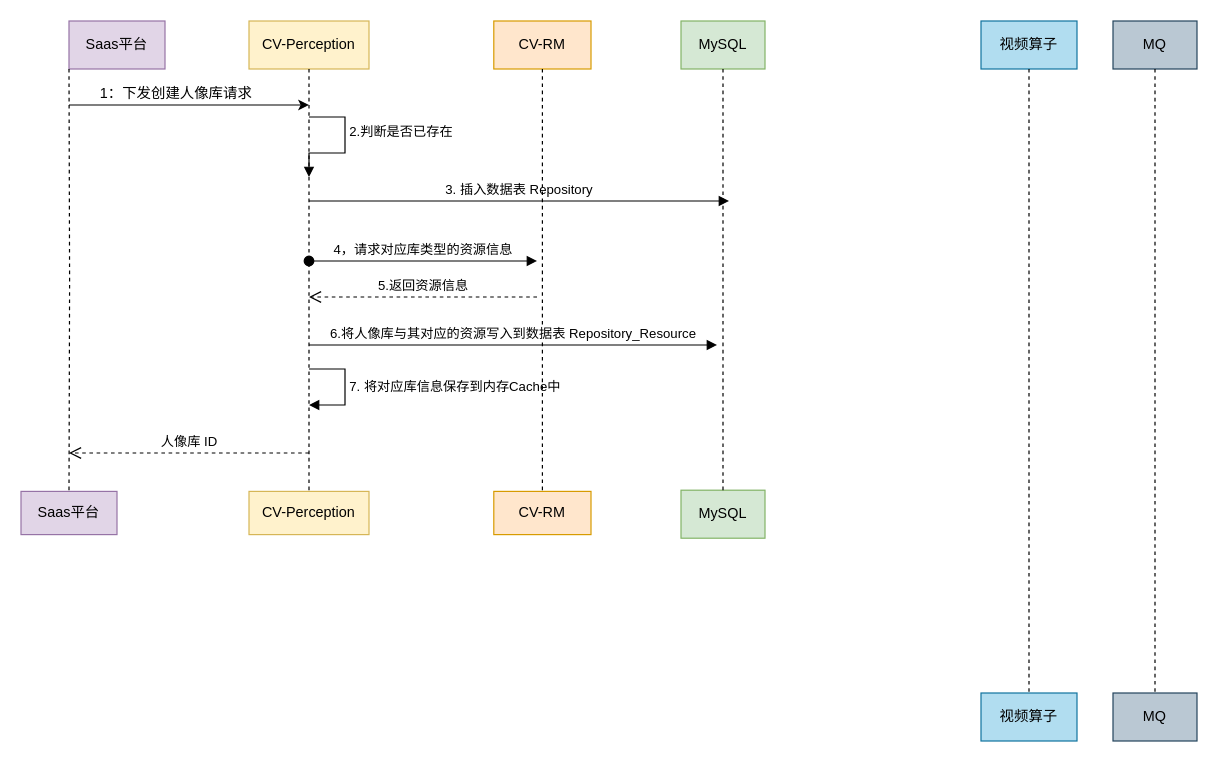
Earlier version of the draw.io diagram 1.库管理/创建人像库-时序图.drawio (hao14293/drawio). Source tidied: cells renumbered, new cells numbered last; positions are measured from the earlier drawing's top-left corner, leaving out a move shared by most shapes. Both pictures are drawn from the tidied source at 120%, with x=0, y=0 at pixel (20, 20).
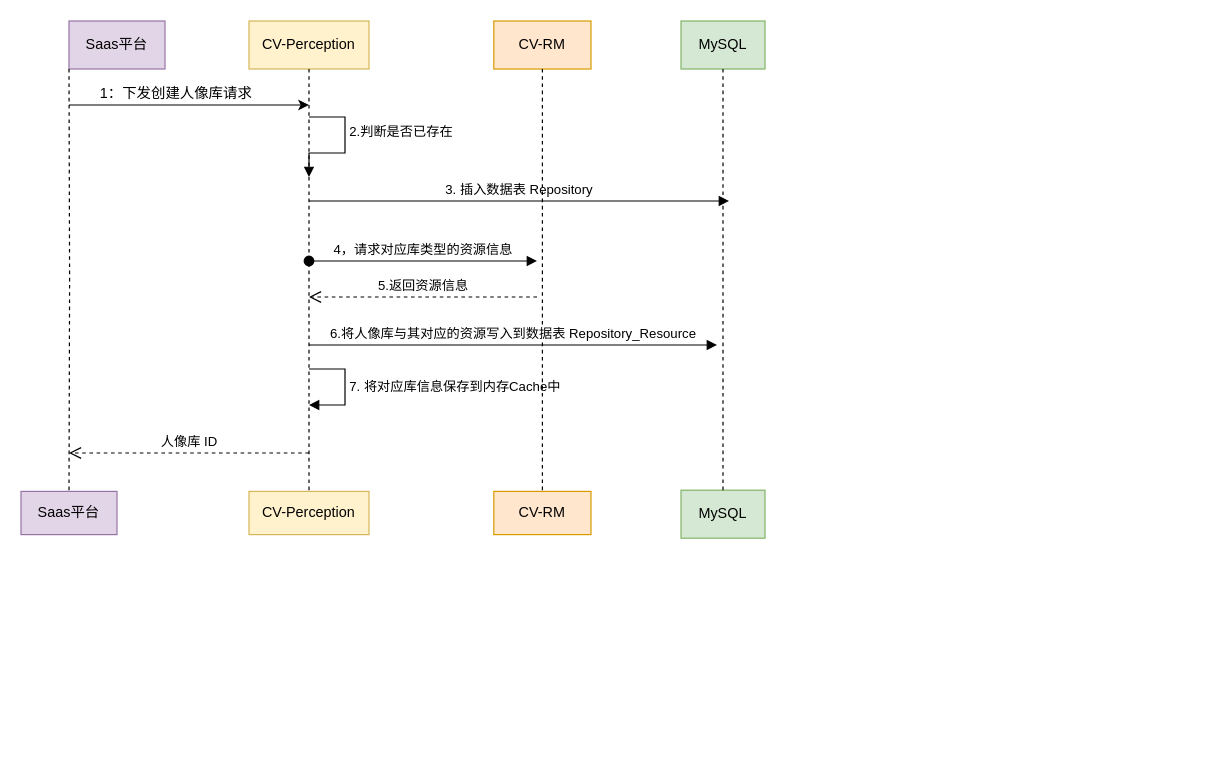
The same page after the edit.

Commit message:
更新创建人像库-时序图.drawio

The edit, as a diff of the source:
```diff
@@
-    <mxCell id="11" style="group;" parent="1" vertex="1">
-      <mxGeometry x="910" width="70" height="550" as="geometry" />
-    </mxCell>
-    <mxCell id="12" value="MQ" style="rounded=0;whiteSpace=wrap;html=1;fillColor=#bac8d3;strokeColor=#23445d;" parent="11" vertex="1">
-      <mxGeometry width="70" height="40" as="geometry" />
-    </mxCell>
-    <mxCell id="13" style="group;" parent="1" vertex="1">
-      <mxGeometry x="800" width="80" height="550" as="geometry" />
-    </mxCell>
-    <mxCell id="14" value="视频算子" style="rounded=0;whiteSpace=wrap;html=1;fillColor=#b1ddf0;strokeColor=#10739e;" parent="13" vertex="1">
-      <mxGeometry width="80" height="40" as="geometry" />
-    </mxCell>
@@
-    <mxCell id="28" value="视频算子" style="rounded=0;whiteSpace=wrap;html=1;fillColor=#b1ddf0;strokeColor=#10739e;" parent="1" vertex="1">
-      <mxGeometry x="800" y="560" width="80" height="40" as="geometry" />
-    </mxCell>
-    <mxCell id="29" style="edgeStyle=orthogonalEdgeStyle;rounded=0;jettySize=auto;html=1;exitX=0.5;exitY=1;exitDx=0;exitDy=0;entryX=0.5;entryY=0;entryDx=0;entryDy=0;endArrow=none;endFill=0;dashed=1;" parent="1" edge="1" source="14" target="28">
-      <mxGeometry relative="1" as="geometry" />
-    </mxCell>
-    <mxCell id="30" value="MQ" style="rounded=0;whiteSpace=wrap;html=1;fillColor=#bac8d3;strokeColor=#23445d;" parent="1" vertex="1">
-      <mxGeometry x="910" y="560" width="70" height="40" as="geometry" />
-    </mxCell>
-    <mxCell id="31" style="edgeStyle=orthogonalEdgeStyle;rounded=0;jettySize=auto;html=1;exitX=0.5;exitY=1;exitDx=0;exitDy=0;entryX=0.5;entryY=0;entryDx=0;entryDy=0;endArrow=none;endFill=0;dashed=1;" parent="1" edge="1" source="12" target="30">
-      <mxGeometry relative="1" as="geometry" />
-    </mxCell>
```
